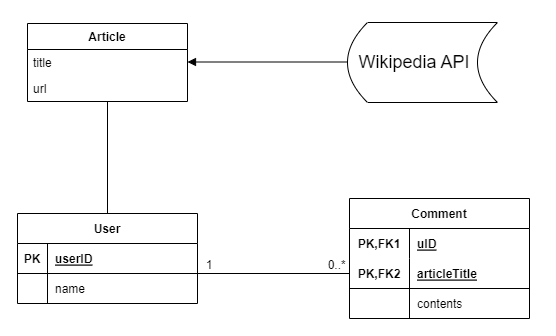
sirkotal/linkpedia keeps this draw.io diagram as images/DomainModel.png. Above is the earlier version. Source tidied: cells renumbered, new cells last; positions are measured from the earlier drawing's top-left corner, leaving out a move shared by most shapes. The source it was exported from:
```xml
<mxGraphModel>
  <root>
    <mxCell id="0" />
    <mxCell id="1" parent="0" />
    <mxCell id="2" style="shape=dataStorage;whiteSpace=wrap;html=1;fixedSize=1;" parent="1" vertex="1">
      <mxGeometry x="330" width="150" height="80" as="geometry" />
    </mxCell>
    <mxCell id="3" value="User" style="shape=table;startSize=30;rowLines=0;fontStyle=1;align=center;" parent="1" vertex="1">
      <mxGeometry y="191" width="180" height="90" as="geometry" />
    </mxCell>
    <mxCell id="4" style="shape=tableRow;horizontal=0;startSize=0;swimlaneHead=0;swimlaneBody=0;fillColor=none;top=0;left=0;right=0;bottom=1;" parent="3" vertex="1">
      <mxGeometry y="30" width="180" height="30" as="geometry" />
    </mxCell>
    <mxCell id="5" value="PK" style="shape=partialRectangle;fillColor=none;top=0;left=0;bottom=0;right=0;fontStyle=1;overflow=hidden;" parent="4" vertex="1">
      <mxGeometry width="30" height="30" as="geometry" />
    </mxCell>
    <mxCell id="6" value="userID" style="shape=partialRectangle;fillColor=none;top=0;left=0;bottom=0;right=0;align=left;spacingLeft=6;fontStyle=5;overflow=hidden;" parent="4" vertex="1">
      <mxGeometry x="30" width="150" height="30" as="geometry" />
    </mxCell>
    <mxCell id="7" style="shape=tableRow;horizontal=0;startSize=0;swimlaneHead=0;swimlaneBody=0;fillColor=none;top=0;left=0;right=0;bottom=0;" parent="3" vertex="1">
      <mxGeometry y="60" width="180" height="30" as="geometry" />
    </mxCell>
    <mxCell id="8" style="shape=partialRectangle;fillColor=none;top=0;left=0;bottom=0;right=0;overflow=hidden;" parent="7" vertex="1">
      <mxGeometry width="30" height="30" as="geometry" />
    </mxCell>
    <mxCell id="9" value="name" style="shape=partialRectangle;fillColor=none;top=0;left=0;bottom=0;right=0;align=left;spacingLeft=6;overflow=hidden;" parent="7" vertex="1">
      <mxGeometry x="30" width="150" height="30" as="geometry" />
    </mxCell>
    <mxCell id="10" value="Comment" style="shape=table;startSize=30;rowLines=0;fontStyle=1;align=center;" parent="1" vertex="1">
      <mxGeometry x="332" y="176" width="180" height="120" as="geometry" />
    </mxCell>
    <mxCell id="11" style="shape=tableRow;horizontal=0;startSize=0;swimlaneHead=0;swimlaneBody=0;fillColor=none;top=0;left=0;right=0;bottom=0;" parent="10" vertex="1">
      <mxGeometry y="30" width="180" height="30" as="geometry" />
    </mxCell>
    <mxCell id="12" value="PK,FK1" style="shape=partialRectangle;fillColor=none;top=0;left=0;bottom=0;right=0;fontStyle=1;overflow=hidden;" parent="11" vertex="1">
      <mxGeometry width="60" height="30" as="geometry" />
    </mxCell>
    <mxCell id="13" value="uID" style="shape=partialRectangle;fillColor=none;top=0;left=0;bottom=0;right=0;align=left;spacingLeft=6;fontStyle=5;overflow=hidden;" parent="11" vertex="1">
      <mxGeometry x="60" width="120" height="30" as="geometry" />
    </mxCell>
    <mxCell id="14" style="shape=tableRow;horizontal=0;startSize=0;swimlaneHead=0;swimlaneBody=0;fillColor=none;points=[[0,0.5],[1,0.5]];portConstraint=eastwest;top=0;left=0;right=0;bottom=1;" parent="10" vertex="1">
      <mxGeometry y="60" width="180" height="30" as="geometry" />
    </mxCell>
    <mxCell id="15" value="PK,FK2" style="shape=partialRectangle;fillColor=none;top=0;left=0;bottom=0;right=0;fontStyle=1;overflow=hidden;" parent="14" vertex="1">
      <mxGeometry width="60" height="30" as="geometry" />
    </mxCell>
    <mxCell id="16" value="articleTitle" style="shape=partialRectangle;fillColor=none;top=0;left=0;bottom=0;right=0;align=left;spacingLeft=6;fontStyle=5;overflow=hidden;" parent="14" vertex="1">
      <mxGeometry x="60" width="120" height="30" as="geometry" />
    </mxCell>
    <mxCell id="17" style="shape=tableRow;horizontal=0;startSize=0;swimlaneHead=0;swimlaneBody=0;fillColor=none;top=0;left=0;right=0;bottom=0;" parent="10" vertex="1">
      <mxGeometry y="90" width="180" height="30" as="geometry" />
    </mxCell>
    <mxCell id="18" style="shape=partialRectangle;fillColor=none;top=0;left=0;bottom=0;right=0;overflow=hidden;" parent="17" vertex="1">
      <mxGeometry width="60" height="30" as="geometry" />
    </mxCell>
    <mxCell id="19" value="contents" style="shape=partialRectangle;fillColor=none;top=0;left=0;bottom=0;right=0;align=left;spacingLeft=6;overflow=hidden;" parent="17" vertex="1">
      <mxGeometry x="60" width="120" height="30" as="geometry" />
    </mxCell>
    <mxCell id="20" value="&lt;font style=&quot;font-size: 18px;&quot;&gt;Wikipedia API&lt;/font&gt;" style="text;html=1;strokeColor=none;fillColor=none;align=center;verticalAlign=middle;whiteSpace=wrap;rounded=0;" parent="1" vertex="1">
      <mxGeometry x="332" y="20" width="130" height="40" as="geometry" />
    </mxCell>
    <mxCell id="21" value="Article" style="swimlane;fontStyle=1;align=center;verticalAlign=top;horizontal=1;startSize=26;fontSize=12;" parent="1" vertex="1">
      <mxGeometry x="10" y="1" width="160" height="78" as="geometry" />
    </mxCell>
    <mxCell id="22" value="title" style="text;strokeColor=none;fillColor=none;align=left;verticalAlign=top;spacingLeft=4;spacingRight=4;overflow=hidden;points=[[0,0.5],[1,0.5]];portConstraint=eastwest;fontSize=12;" parent="21" vertex="1">
      <mxGeometry y="26" width="160" height="26" as="geometry" />
    </mxCell>
    <mxCell id="23" value="url" style="text;strokeColor=none;fillColor=none;align=left;verticalAlign=top;spacingLeft=4;spacingRight=4;overflow=hidden;points=[[0,0.5],[1,0.5]];portConstraint=eastwest;fontSize=12;" parent="21" vertex="1">
      <mxGeometry y="52" width="160" height="26" as="geometry" />
    </mxCell>
    <mxCell id="24" style="endArrow=block;endFill=1;html=1;edgeStyle=orthogonalEdgeStyle;align=left;verticalAlign=top;rounded=0;fontSize=12;" parent="1" edge="1">
      <mxGeometry x="-1" relative="1" as="geometry">
        <mxPoint x="330" y="39.5" as="sourcePoint" />
        <mxPoint x="170" y="39.5" as="targetPoint" />
      </mxGeometry>
    </mxCell>
    <mxCell id="25" style="endArrow=none;html=1;edgeStyle=orthogonalEdgeStyle;rounded=0;fontSize=12;entryX=0;entryY=0.5;entryDx=0;entryDy=0;" parent="1" edge="1" target="14">
      <mxGeometry relative="1" as="geometry">
        <mxPoint x="180" y="251" as="sourcePoint" />
      </mxGeometry>
    </mxCell>
    <mxCell id="26" value="&amp;nbsp; 1" style="edgeLabel;html=1;align=left;verticalAlign=bottom;fontSize=12;" parent="25" vertex="1">
      <mxGeometry x="-1" relative="1" as="geometry" />
    </mxCell>
    <mxCell id="27" value="0..*&amp;nbsp;" style="edgeLabel;html=1;align=right;verticalAlign=bottom;fontSize=12;" parent="25" vertex="1">
      <mxGeometry x="1" relative="1" as="geometry" />
    </mxCell>
    <mxCell id="28" style="endArrow=none;html=1;rounded=0;fontSize=12;exitX=0.5;exitY=0;exitDx=0;exitDy=0;" parent="1" edge="1" source="3" target="23">
      <mxGeometry relative="1" as="geometry" />
    </mxCell>
  </root>
</mxGraphModel>
```
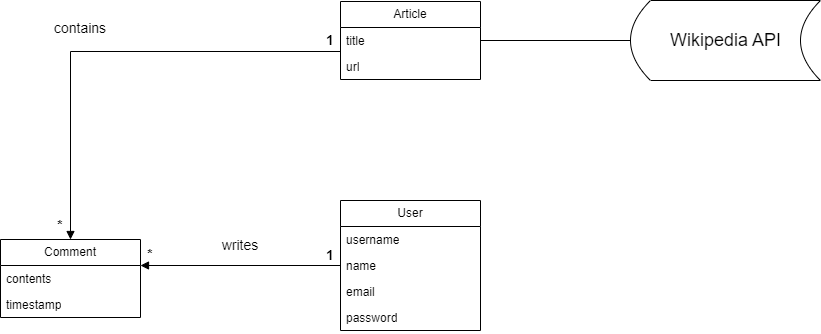
Above is the later version.

Commit message:
Added a new version of the Domain Model UML diagram

Change to the diagram source:
```diff
@@ -2,91 +2,73 @@
   <root>
     <mxCell id="0" />
     <mxCell id="1" parent="0" />
-    <mxCell id="2" style="shape=dataStorage;whiteSpace=wrap;html=1;fixedSize=1;" parent="1" vertex="1">
-      <mxGeometry x="330" width="150" height="80" as="geometry" />
-    </mxCell>
-    <mxCell id="3" value="User" style="shape=table;startSize=30;rowLines=0;fontStyle=1;align=center;" parent="1" vertex="1">
-      <mxGeometry y="191" width="180" height="90" as="geometry" />
+    <mxCell id="3" value="User" style="swimlane;fontStyle=0;horizontal=1;startSize=26;fillColor=none;whiteSpace=wrap;html=1;" parent="1" vertex="1">
+      <mxGeometry x="30" y="281" width="140" height="130" as="geometry" />
     </mxCell>
-    <mxCell id="4" style="shape=tableRow;horizontal=0;startSize=0;swimlaneHead=0;swimlaneBody=0;fillColor=none;top=0;left=0;right=0;bottom=1;" parent="3" vertex="1">
-      <mxGeometry y="30" width="180" height="30" as="geometry" />
-    </mxCell>
-    <mxCell id="5" value="PK" style="shape=partialRectangle;fillColor=none;top=0;left=0;bottom=0;right=0;fontStyle=1;overflow=hidden;" parent="4" vertex="1">
-      <mxGeometry width="30" height="30" as="geometry" />
-    </mxCell>
-    <mxCell id="6" value="userID" style="shape=partialRectangle;fillColor=none;top=0;left=0;bottom=0;right=0;align=left;spacingLeft=6;fontStyle=5;overflow=hidden;" parent="4" vertex="1">
-      <mxGeometry x="30" width="150" height="30" as="geometry" />
-    </mxCell>
-    <mxCell id="7" style="shape=tableRow;horizontal=0;startSize=0;swimlaneHead=0;swimlaneBody=0;fillColor=none;top=0;left=0;right=0;bottom=0;" parent="3" vertex="1">
-      <mxGeometry y="60" width="180" height="30" as="geometry" />
-    </mxCell>
-    <mxCell id="8" style="shape=partialRectangle;fillColor=none;top=0;left=0;bottom=0;right=0;overflow=hidden;" parent="7" vertex="1">
-      <mxGeometry width="30" height="30" as="geometry" />
-    </mxCell>
+    <mxCell id="29" value="username" style="text;strokeColor=none;fillColor=none;align=left;verticalAlign=top;spacingLeft=4;spacingRight=4;overflow=hidden;whiteSpace=wrap;html=1;" parent="3" vertex="1">
+      <mxGeometry y="26" width="140" height="26" as="geometry" />
+    </mxCell>
-    <mxCell id="9" value="name" style="shape=partialRectangle;fillColor=none;top=0;left=0;bottom=0;right=0;align=left;spacingLeft=6;overflow=hidden;" parent="7" vertex="1">
-      <mxGeometry x="30" width="150" height="30" as="geometry" />
+    <mxCell id="9" value="name" style="text;strokeColor=none;fillColor=none;align=left;verticalAlign=top;spacingLeft=4;spacingRight=4;overflow=hidden;points=[[0,0.5],[1,0.5]];portConstraint=eastwest;whiteSpace=wrap;html=1;" parent="3" vertex="1">
+      <mxGeometry y="52" width="140" height="26" as="geometry" />
     </mxCell>
-    <mxCell id="10" value="Comment" style="shape=table;startSize=30;rowLines=0;fontStyle=1;align=center;" parent="1" vertex="1">
-      <mxGeometry x="332" y="176" width="180" height="120" as="geometry" />
-    </mxCell>
-    <mxCell id="11" style="shape=tableRow;horizontal=0;startSize=0;swimlaneHead=0;swimlaneBody=0;fillColor=none;top=0;left=0;right=0;bottom=0;" parent="10" vertex="1">
-      <mxGeometry y="30" width="180" height="30" as="geometry" />
-    </mxCell>
-    <mxCell id="12" value="PK,FK1" style="shape=partialRectangle;fillColor=none;top=0;left=0;bottom=0;right=0;fontStyle=1;overflow=hidden;" parent="11" vertex="1">
-      <mxGeometry width="60" height="30" as="geometry" />
-    </mxCell>
-    <mxCell id="13" value="uID" style="shape=partialRectangle;fillColor=none;top=0;left=0;bottom=0;right=0;align=left;spacingLeft=6;fontStyle=5;overflow=hidden;" parent="11" vertex="1">
-      <mxGeometry x="60" width="120" height="30" as="geometry" />
-    </mxCell>
-    <mxCell id="14" style="shape=tableRow;horizontal=0;startSize=0;swimlaneHead=0;swimlaneBody=0;fillColor=none;points=[[0,0.5],[1,0.5]];portConstraint=eastwest;top=0;left=0;right=0;bottom=1;" parent="10" vertex="1">
-      <mxGeometry y="60" width="180" height="30" as="geometry" />
-    </mxCell>
-    <mxCell id="15" value="PK,FK2" style="shape=partialRectangle;fillColor=none;top=0;left=0;bottom=0;right=0;fontStyle=1;overflow=hidden;" parent="14" vertex="1">
-      <mxGeometry width="60" height="30" as="geometry" />
-    </mxCell>
-    <mxCell id="16" value="articleTitle" style="shape=partialRectangle;fillColor=none;top=0;left=0;bottom=0;right=0;align=left;spacingLeft=6;fontStyle=5;overflow=hidden;" parent="14" vertex="1">
-      <mxGeometry x="60" width="120" height="30" as="geometry" />
-    </mxCell>
-    <mxCell id="17" style="shape=tableRow;horizontal=0;startSize=0;swimlaneHead=0;swimlaneBody=0;fillColor=none;top=0;left=0;right=0;bottom=0;" parent="10" vertex="1">
-      <mxGeometry y="90" width="180" height="30" as="geometry" />
-    </mxCell>
-    <mxCell id="18" style="shape=partialRectangle;fillColor=none;top=0;left=0;bottom=0;right=0;overflow=hidden;" parent="17" vertex="1">
-      <mxGeometry width="60" height="30" as="geometry" />
-    </mxCell>
-    <mxCell id="19" value="contents" style="shape=partialRectangle;fillColor=none;top=0;left=0;bottom=0;right=0;align=left;spacingLeft=6;overflow=hidden;" parent="17" vertex="1">
-      <mxGeometry x="60" width="120" height="30" as="geometry" />
-    </mxCell>
-    <mxCell id="20" value="&lt;font style=&quot;font-size: 18px;&quot;&gt;Wikipedia API&lt;/font&gt;" style="text;html=1;strokeColor=none;fillColor=none;align=center;verticalAlign=middle;whiteSpace=wrap;rounded=0;" parent="1" vertex="1">
-      <mxGeometry x="332" y="20" width="130" height="40" as="geometry" />
-    </mxCell>
+    <mxCell id="30" value="email" style="text;strokeColor=none;fillColor=none;align=left;verticalAlign=top;spacingLeft=4;spacingRight=4;overflow=hidden;whiteSpace=wrap;html=1;" parent="3" vertex="1">
+      <mxGeometry y="78" width="140" height="26" as="geometry" />
+    </mxCell>
+    <mxCell id="31" value="password" style="text;strokeColor=none;fillColor=none;align=left;verticalAlign=top;spacingLeft=4;spacingRight=4;overflow=hidden;whiteSpace=wrap;html=1;" parent="3" vertex="1">
+      <mxGeometry y="104" width="140" height="26" as="geometry" />
+    </mxCell>
-    <mxCell id="21" value="Article" style="swimlane;fontStyle=1;align=center;verticalAlign=top;horizontal=1;startSize=26;fontSize=12;" parent="1" vertex="1">
-      <mxGeometry x="10" y="1" width="160" height="78" as="geometry" />
+    <mxCell id="21" value="Article" style="swimlane;fontStyle=0;horizontal=1;startSize=26;fillColor=none;whiteSpace=wrap;html=1;" parent="1" vertex="1">
+      <mxGeometry x="30" y="82" width="140" height="78" as="geometry" />
     </mxCell>
-    <mxCell id="22" value="title" style="text;strokeColor=none;fillColor=none;align=left;verticalAlign=top;spacingLeft=4;spacingRight=4;overflow=hidden;points=[[0,0.5],[1,0.5]];portConstraint=eastwest;fontSize=12;" parent="21" vertex="1">
-      <mxGeometry y="26" width="160" height="26" as="geometry" />
+    <mxCell id="22" value="title" style="text;strokeColor=none;fillColor=none;align=left;verticalAlign=top;spacingLeft=4;spacingRight=4;overflow=hidden;points=[[0,0.5],[1,0.5]];portConstraint=eastwest;whiteSpace=wrap;html=1;" parent="21" vertex="1">
+      <mxGeometry y="26" width="140" height="26" as="geometry" />
     </mxCell>
-    <mxCell id="23" value="url" style="text;strokeColor=none;fillColor=none;align=left;verticalAlign=top;spacingLeft=4;spacingRight=4;overflow=hidden;points=[[0,0.5],[1,0.5]];portConstraint=eastwest;fontSize=12;" parent="21" vertex="1">
-      <mxGeometry y="52" width="160" height="26" as="geometry" />
+    <mxCell id="23" value="url" style="text;strokeColor=none;fillColor=none;align=left;verticalAlign=top;spacingLeft=4;spacingRight=4;overflow=hidden;points=[[0,0.5],[1,0.5]];portConstraint=eastwest;whiteSpace=wrap;html=1;" parent="21" vertex="1">
+      <mxGeometry y="52" width="140" height="26" as="geometry" />
     </mxCell>
-    <mxCell id="24" style="endArrow=block;endFill=1;html=1;edgeStyle=orthogonalEdgeStyle;align=left;verticalAlign=top;rounded=0;fontSize=12;" parent="1" edge="1">
-      <mxGeometry x="-1" relative="1" as="geometry">
-        <mxPoint x="330" y="39.5" as="sourcePoint" />
-        <mxPoint x="170" y="39.5" as="targetPoint" />
-      </mxGeometry>
-    </mxCell>
-    <mxCell id="25" style="endArrow=none;html=1;edgeStyle=orthogonalEdgeStyle;rounded=0;fontSize=12;entryX=0;entryY=0.5;entryDx=0;entryDy=0;" parent="1" edge="1" target="14">
-      <mxGeometry relative="1" as="geometry">
-        <mxPoint x="180" y="251" as="sourcePoint" />
-      </mxGeometry>
-    </mxCell>
-    <mxCell id="26" value="&amp;nbsp; 1" style="edgeLabel;html=1;align=left;verticalAlign=bottom;fontSize=12;" parent="25" vertex="1">
-      <mxGeometry x="-1" relative="1" as="geometry" />
-    </mxCell>
-    <mxCell id="27" value="0..*&amp;nbsp;" style="edgeLabel;html=1;align=right;verticalAlign=bottom;fontSize=12;" parent="25" vertex="1">
-      <mxGeometry x="1" relative="1" as="geometry" />
-    </mxCell>
-    <mxCell id="28" style="endArrow=none;html=1;rounded=0;fontSize=12;exitX=0.5;exitY=0;exitDx=0;exitDy=0;" parent="1" edge="1" source="3" target="23">
-      <mxGeometry relative="1" as="geometry" />
-    </mxCell>
+    <mxCell id="32" style="shape=dataStorage;whiteSpace=wrap;html=1;fixedSize=1;" parent="1" vertex="1">
+      <mxGeometry x="320" y="81" width="190" height="80" as="geometry" />
+    </mxCell>
+    <mxCell id="20" value="&lt;font style=&quot;font-size: 18px;&quot;&gt;Wikipedia API&lt;/font&gt;" style="text;html=1;strokeColor=none;fillColor=none;align=center;verticalAlign=middle;whiteSpace=wrap;rounded=0;" parent="1" vertex="1">
+      <mxGeometry x="348.8" y="93.5" width="132.5" height="55" as="geometry" />
+    </mxCell>
+    <mxCell id="10" value="Comment" style="swimlane;fontStyle=0;horizontal=1;startSize=26;fillColor=none;whiteSpace=wrap;html=1;" parent="1" vertex="1">
+      <mxGeometry x="-310" y="320" width="140" height="78" as="geometry" />
+    </mxCell>
+    <mxCell id="19" value="contents" style="text;strokeColor=none;fillColor=none;align=left;verticalAlign=top;spacingLeft=4;spacingRight=4;overflow=hidden;whiteSpace=wrap;html=1;" parent="10" vertex="1">
+      <mxGeometry y="26" width="140" height="26" as="geometry" />
+    </mxCell>
+    <mxCell id="33" value="timestamp" style="text;strokeColor=none;fillColor=none;align=left;verticalAlign=top;spacingLeft=4;spacingRight=4;overflow=hidden;whiteSpace=wrap;html=1;" parent="10" vertex="1">
+      <mxGeometry y="52" width="140" height="26" as="geometry" />
+    </mxCell>
+    <mxCell id="34" style="endArrow=block;endFill=1;html=1;edgeStyle=orthogonalEdgeStyle;align=left;verticalAlign=top;rounded=0;exitX=0;exitY=0.5;exitDx=0;exitDy=0;" parent="1" edge="1" source="9">
+      <mxGeometry x="-1" relative="1" as="geometry">
+        <mxPoint x="-170" y="346" as="targetPoint" />
+      </mxGeometry>
+    </mxCell>
+    <mxCell id="35" style="endArrow=block;endFill=1;html=1;edgeStyle=orthogonalEdgeStyle;align=left;verticalAlign=top;rounded=0;entryX=0.5;entryY=0;entryDx=0;entryDy=0;exitX=-0.001;exitY=0.923;exitDx=0;exitDy=0;exitPerimeter=0;" parent="1" edge="1" source="22" target="10">
+      <mxGeometry x="-1" relative="1" as="geometry" />
+    </mxCell>
+    <mxCell id="36" style="endArrow=none;html=1;rounded=0;entryX=0;entryY=0.5;entryDx=0;entryDy=0;exitX=1;exitY=0.5;exitDx=0;exitDy=0;" parent="1" edge="1" source="22" target="32">
+      <mxGeometry relative="1" as="geometry" />
+    </mxCell>
+    <mxCell id="37" value="&lt;b&gt;&lt;font style=&quot;font-size: 14px;&quot;&gt;1&lt;/font&gt;&lt;/b&gt;" style="text;html=1;strokeColor=none;fillColor=none;align=center;verticalAlign=middle;whiteSpace=wrap;rounded=0;" parent="1" vertex="1">
+      <mxGeometry x="-10" y="321" width="60" height="30" as="geometry" />
+    </mxCell>
+    <mxCell id="38" value="&lt;b&gt;&lt;font style=&quot;font-size: 14px;&quot;&gt;*&lt;/font&gt;&lt;/b&gt;" style="text;html=1;strokeColor=none;fillColor=none;align=center;verticalAlign=middle;whiteSpace=wrap;rounded=0;" parent="1" vertex="1">
+      <mxGeometry x="-190" y="320" width="60" height="30" as="geometry" />
+    </mxCell>
+    <mxCell id="39" value="&lt;font style=&quot;font-size: 14px;&quot;&gt;&lt;b&gt;1&lt;/b&gt;&lt;/font&gt;" style="text;html=1;strokeColor=none;fillColor=none;align=center;verticalAlign=middle;whiteSpace=wrap;rounded=0;" parent="1" vertex="1">
+      <mxGeometry x="-10" y="106" width="60" height="30" as="geometry" />
+    </mxCell>
+    <mxCell id="40" value="&lt;font style=&quot;font-size: 14px;&quot;&gt;&lt;b&gt;*&lt;/b&gt;&lt;/font&gt;" style="text;html=1;strokeColor=none;fillColor=none;align=center;verticalAlign=middle;whiteSpace=wrap;rounded=0;" parent="1" vertex="1">
+      <mxGeometry x="-280" y="291" width="60" height="30" as="geometry" />
+    </mxCell>
+    <mxCell id="41" value="&lt;font style=&quot;font-size: 14px;&quot;&gt;writes&lt;/font&gt;" style="text;html=1;strokeColor=none;fillColor=none;align=center;verticalAlign=middle;whiteSpace=wrap;rounded=0;" parent="1" vertex="1">
+      <mxGeometry x="-100" y="311" width="60" height="30" as="geometry" />
+    </mxCell>
+    <mxCell id="42" value="&lt;font style=&quot;font-size: 14px;&quot;&gt;contains&lt;/font&gt;" style="text;html=1;strokeColor=none;fillColor=none;align=center;verticalAlign=middle;whiteSpace=wrap;rounded=0;" parent="1" vertex="1">
+      <mxGeometry x="-260" y="93.5" width="60" height="30" as="geometry" />
+    </mxCell>
   </root>
 </mxGraphModel>
```
